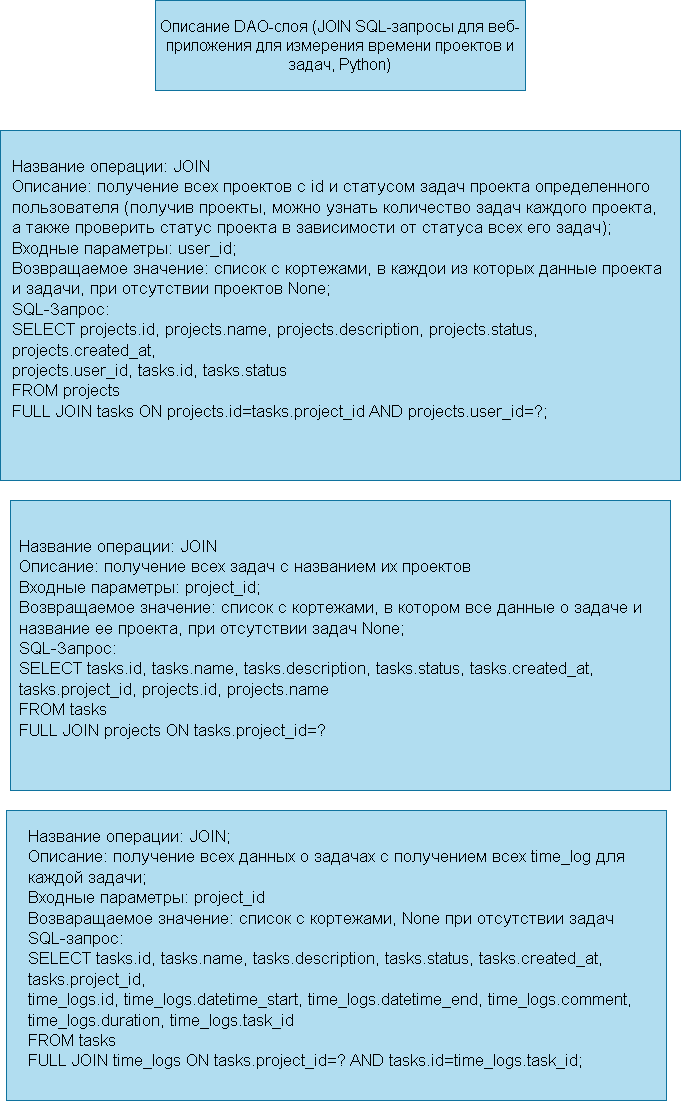
Earlier version of the draw.io export docs/uml/dao1.png (Flski/projects_time). Source tidied: cells renumbered, new cells last; positions are measured from the earlier drawing's top-left corner, leaving out a move shared by most shapes. Its diagram source:
```xml
<mxGraphModel>
  <root>
    <mxCell id="0" />
    <mxCell id="1" parent="0" />
    <mxCell id="2" style="rounded=0;whiteSpace=wrap;html=1;fillColor=#b1ddf0;strokeColor=#10739e;" parent="1" vertex="1">
      <mxGeometry x="6" y="810" width="660" height="290" as="geometry" />
    </mxCell>
    <mxCell id="3" style="rounded=0;whiteSpace=wrap;html=1;fillColor=#b1ddf0;strokeColor=#10739e;" parent="1" vertex="1">
      <mxGeometry x="10" y="500" width="660" height="290" as="geometry" />
    </mxCell>
    <mxCell id="4" style="rounded=0;whiteSpace=wrap;html=1;fillColor=#b1ddf0;strokeColor=#10739e;" parent="1" vertex="1">
      <mxGeometry y="130" width="680" height="350" as="geometry" />
    </mxCell>
    <mxCell id="5" value="Описание DAO-слоя (JOIN SQL-запросы для веб-приложения для измерения времени проектов и задач, Python)" style="text;html=1;whiteSpace=wrap;strokeColor=#10739e;fillColor=#b1ddf0;align=center;verticalAlign=middle;rounded=0;fontSize=16;" parent="1" vertex="1">
      <mxGeometry x="155" width="370" height="90" as="geometry" />
    </mxCell>
    <mxCell id="6" value="&lt;div&gt;Название операции: JOIN&lt;/div&gt;Описание: получение всех проектов с id и статусом задач проекта определенного пользователя (получив проекты, можно узнать количество задач каждого проекта, а также проверить статус проекта в зависимости от статуса всех его задач);&lt;br&gt;Входные параметры: user_id;&lt;br&gt;Возвращаемое значение: список с кортежами, в каждои из которых данные проекта и задачи, при отсутствии проектов None;&lt;br&gt;SQL-Запрос:&lt;br&gt;SELECT projects.id, projects.name, projects.description, projects.status, projects.created_at,&lt;br&gt;projects.user_id, tasks.id, tasks.status&lt;br&gt;FROM projects&lt;br&gt;FULL JOIN tasks ON projects.id=tasks.project_id AND projects.user_id=?;" style="text;whiteSpace=wrap;html=1;fontSize=17;" parent="1" vertex="1">
      <mxGeometry x="10" y="150" width="660" height="300" as="geometry" />
    </mxCell>
    <mxCell id="7" value="Название операции: JOIN&lt;br&gt;Описание: получение всех задач с названием их проектов&lt;br&gt;Входные параметры: project_id;&lt;br&gt;Возвращаемое значение: список с кортежами, в котором все данные о задаче и название ее проекта, при отсутствии задач None;&lt;br&gt;SQL-Запрос:&lt;br&gt;SELECT tasks.id, tasks.name, tasks.description, tasks.status, tasks.created_at, tasks.project_id, projects.id, projects.name&lt;br&gt;FROM tasks&lt;br&gt;FULL JOIN projects ON tasks.project_id=?" style="text;whiteSpace=wrap;html=1;fontSize=17;" parent="1" vertex="1">
      <mxGeometry x="17" y="530" width="646" height="280" as="geometry" />
    </mxCell>
    <mxCell id="8" value="&lt;div&gt;Название операции: JOIN;&lt;/div&gt;&lt;div&gt;Описание: получение всех данных о задачах с получением всех time_log для каждой задачи;&lt;/div&gt;&lt;div&gt;Входные параметры: project_id&lt;/div&gt;&lt;div&gt;Возваращаемое значение: список с кортежами, None при отсутствии задач&lt;/div&gt;&lt;div&gt;SQL-запрос:&lt;/div&gt;SELECT tasks.id, tasks.name, tasks.description, tasks.status, tasks.created_at, tasks.project_id, &lt;br&gt;            time_logs.id, time_logs.datetime_start, time_logs.datetime_end, time_logs.comment, &lt;br&gt;            time_logs.duration, time_logs.task_id &lt;br&gt;            FROM tasks&lt;br&gt;            FULL JOIN time_logs ON tasks.project_id=? AND tasks.id=time_logs.task_id;" style="text;whiteSpace=wrap;html=1;fontSize=17;" parent="1" vertex="1">
      <mxGeometry x="26" y="820" width="620" height="280" as="geometry" />
    </mxCell>
  </root>
</mxGraphModel>
```
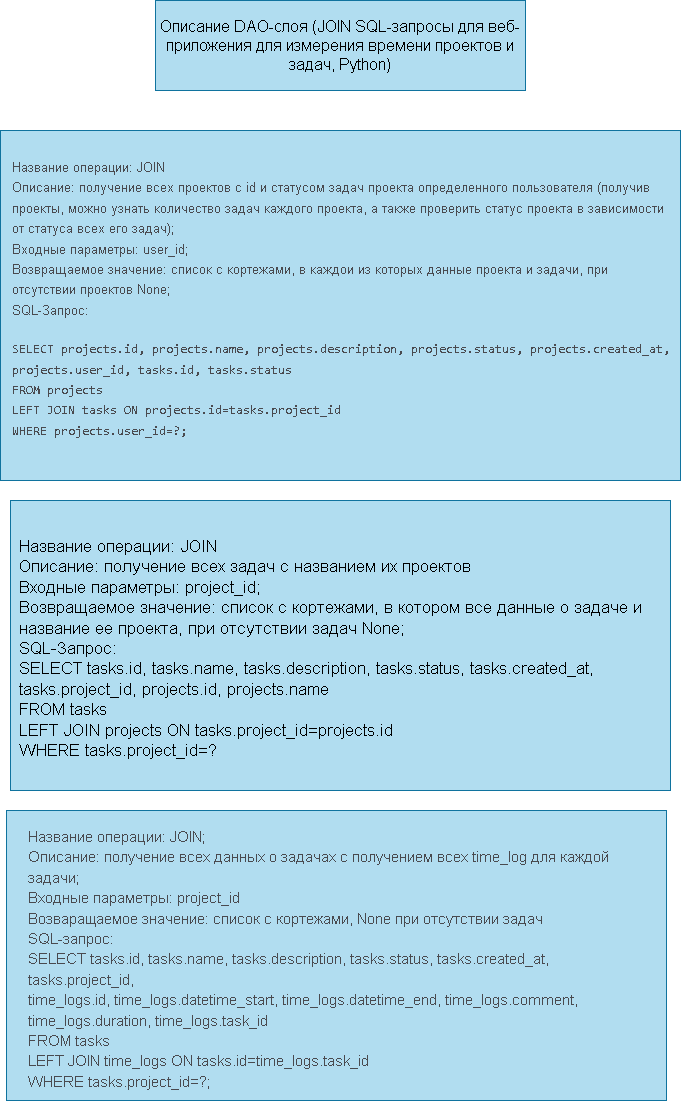
After the change.

Diff of the diagram source:
```diff
@@ -14,14 +14,14 @@
     <mxCell id="5" value="Описание DAO-слоя (JOIN SQL-запросы для веб-приложения для измерения времени проектов и задач, Python)" style="text;html=1;whiteSpace=wrap;strokeColor=#10739e;fillColor=#b1ddf0;align=center;verticalAlign=middle;rounded=0;fontSize=16;" parent="1" vertex="1">
       <mxGeometry x="155" width="370" height="90" as="geometry" />
     </mxCell>
-    <mxCell id="6" value="&lt;div&gt;Название операции: JOIN&lt;/div&gt;Описание: получение всех проектов с id и статусом задач проекта определенного пользователя (получив проекты, можно узнать количество задач каждого проекта, а также проверить статус проекта в зависимости от статуса всех его задач);&lt;br&gt;Входные параметры: user_id;&lt;br&gt;Возвращаемое значение: список с кортежами, в каждои из которых данные проекта и задачи, при отсутствии проектов None;&lt;br&gt;SQL-Запрос:&lt;br&gt;SELECT projects.id, projects.name, projects.description, projects.status, projects.created_at,&lt;br&gt;projects.user_id, tasks.id, tasks.status&lt;br&gt;FROM projects&lt;br&gt;FULL JOIN tasks ON projects.id=tasks.project_id AND projects.user_id=?;" style="text;whiteSpace=wrap;html=1;fontSize=17;" parent="1" vertex="1">
-      <mxGeometry x="10" y="150" width="660" height="300" as="geometry" />
-    </mxCell>
-    <mxCell id="7" value="Название операции: JOIN&lt;br&gt;Описание: получение всех задач с названием их проектов&lt;br&gt;Входные параметры: project_id;&lt;br&gt;Возвращаемое значение: список с кортежами, в котором все данные о задаче и название ее проекта, при отсутствии задач None;&lt;br&gt;SQL-Запрос:&lt;br&gt;SELECT tasks.id, tasks.name, tasks.description, tasks.status, tasks.created_at, tasks.project_id, projects.id, projects.name&lt;br&gt;FROM tasks&lt;br&gt;FULL JOIN projects ON tasks.project_id=?" style="text;whiteSpace=wrap;html=1;fontSize=17;" parent="1" vertex="1">
-      <mxGeometry x="17" y="530" width="646" height="280" as="geometry" />
-    </mxCell>
-    <mxCell id="8" value="&lt;div&gt;Название операции: JOIN;&lt;/div&gt;&lt;div&gt;Описание: получение всех данных о задачах с получением всех time_log для каждой задачи;&lt;/div&gt;&lt;div&gt;Входные параметры: project_id&lt;/div&gt;&lt;div&gt;Возваращаемое значение: список с кортежами, None при отсутствии задач&lt;/div&gt;&lt;div&gt;SQL-запрос:&lt;/div&gt;SELECT tasks.id, tasks.name, tasks.description, tasks.status, tasks.created_at, tasks.project_id, &lt;br&gt;            time_logs.id, time_logs.datetime_start, time_logs.datetime_end, time_logs.comment, &lt;br&gt;            time_logs.duration, time_logs.task_id &lt;br&gt;            FROM tasks&lt;br&gt;            FULL JOIN time_logs ON tasks.project_id=? AND tasks.id=time_logs.task_id;" style="text;whiteSpace=wrap;html=1;fontSize=17;" parent="1" vertex="1">
-      <mxGeometry x="26" y="820" width="620" height="280" as="geometry" />
-    </mxCell>
+    <mxCell id="9" value="&lt;div&gt;&lt;span style=&quot;color: light-dark(rgb(73, 74, 79), rgb(255, 255, 255));&quot;&gt;&lt;font style=&quot;font-size: 13px;&quot;&gt;Название операции: JOIN&lt;/font&gt;&lt;/span&gt;&lt;/div&gt;&lt;span style=&quot;color: light-dark(rgb(73, 74, 79), rgb(255, 255, 255));&quot;&gt;&lt;font style=&quot;font-size: 13px;&quot;&gt;Описание: получение всех проектов с id и статусом задач проекта определенного пользователя (получив проекты, можно узнать количество задач каждого проекта, а также проверить статус проекта в зависимости от статуса всех его задач);&lt;br&gt;Входные параметры: user_id;&lt;br&gt;Возвращаемое значение: список с кортежами, в каждои из которых данные проекта и задачи, при отсутствии проектов None;&lt;br&gt;SQL-Запрос:&lt;br&gt;&lt;/font&gt;&lt;/span&gt;&lt;pre style=&quot;font-family: &amp;quot;JetBrains Mono&amp;quot;, monospace;&quot;&gt;&lt;span style=&quot;color: light-dark(rgb(73, 74, 79), rgb(255, 255, 255));&quot;&gt;&lt;font style=&quot;font-size: 13px;&quot;&gt;SELECT projects.id, projects.name, projects.description, projects.status, projects.created_at,&lt;br&gt;projects.user_id, tasks.id, tasks.status&lt;br&gt;FROM projects&lt;br&gt;LEFT JOIN tasks ON projects.id=tasks.project_id&lt;br&gt;WHERE projects.user_id=?;      &lt;/font&gt;&lt;/span&gt;&lt;/pre&gt;" style="text;whiteSpace=wrap;html=1;fontSize=17;" parent="1" vertex="1">
+      <mxGeometry x="10" y="150" width="660" height="300" as="geometry" />
+    </mxCell>
+    <mxCell id="10" value="&lt;font&gt;Название операции: JOIN&lt;br&gt;Описание: получение всех задач с названием их проектов&lt;br&gt;Входные параметры: project_id;&lt;br&gt;Возвращаемое значение: список с кортежами, в котором все данные о задаче и название ее проекта, при отсутствии задач None;&lt;br&gt;SQL-Запрос:&lt;/font&gt;&lt;div&gt;&lt;font&gt;SELECT tasks.id, tasks.name, tasks.description, tasks.status, tasks.created_at, tasks.project_id, projects.id, projects.name&lt;br style=&quot;&quot;&gt;FROM tasks&lt;br style=&quot;&quot;&gt;LEFT JOIN projects ON tasks.project_id=projects.id&lt;br style=&quot;&quot;&gt;WHERE tasks.project_id=?&lt;br&gt;&lt;/font&gt;&lt;div&gt;&lt;br&gt;&lt;/div&gt;&lt;/div&gt;" style="text;whiteSpace=wrap;html=1;fontSize=17;" parent="1" vertex="1">
+      <mxGeometry x="17" y="530" width="646" height="280" as="geometry" />
+    </mxCell>
+    <mxCell id="11" value="&lt;div&gt;&lt;span style=&quot;color: light-dark(rgb(73, 74, 79), rgb(255, 255, 255));&quot;&gt;&lt;font style=&quot;font-size: 15px;&quot;&gt;Название операции: JOIN;&lt;/font&gt;&lt;/span&gt;&lt;/div&gt;&lt;div&gt;&lt;span style=&quot;color: light-dark(rgb(73, 74, 79), rgb(255, 255, 255));&quot;&gt;&lt;font style=&quot;font-size: 15px;&quot;&gt;Описание: получение всех данных о задачах с получением всех time_log для каждой задачи;&lt;/font&gt;&lt;/span&gt;&lt;/div&gt;&lt;div&gt;&lt;span style=&quot;color: light-dark(rgb(73, 74, 79), rgb(255, 255, 255));&quot;&gt;&lt;font style=&quot;font-size: 15px;&quot;&gt;Входные параметры: project_id&lt;/font&gt;&lt;/span&gt;&lt;/div&gt;&lt;div&gt;&lt;span style=&quot;color: light-dark(rgb(73, 74, 79), rgb(255, 255, 255));&quot;&gt;&lt;font style=&quot;font-size: 15px;&quot;&gt;Возваращаемое значение: список с кортежами, None при отсутствии задач&lt;/font&gt;&lt;/span&gt;&lt;/div&gt;&lt;div&gt;&lt;span style=&quot;color: light-dark(rgb(73, 74, 79), rgb(255, 255, 255));&quot;&gt;&lt;font style=&quot;font-size: 15px;&quot;&gt;SQL-запрос:&lt;/font&gt;&lt;/span&gt;&lt;/div&gt;&lt;span style=&quot;color: light-dark(rgb(73, 74, 79), rgb(255, 255, 255));&quot;&gt;&lt;font style=&quot;font-size: 15px;&quot;&gt;SELECT tasks.id, tasks.name, tasks.description, tasks.status, tasks.created_at, tasks.project_id,&lt;br style=&quot;&quot;&gt;time_logs.id, time_logs.datetime_start, time_logs.datetime_end, time_logs.comment,&lt;br style=&quot;&quot;&gt;time_logs.duration, time_logs.task_id&lt;br style=&quot;&quot;&gt;FROM tasks&lt;br style=&quot;&quot;&gt;LEFT JOIN time_logs ON tasks.id=time_logs.task_id&lt;br style=&quot;&quot;&gt;WHERE tasks.project_id=?;&lt;/font&gt;&lt;/span&gt;" style="text;whiteSpace=wrap;html=1;fontSize=17;" parent="1" vertex="1">
+      <mxGeometry x="26" y="820" width="620" height="280" as="geometry" />
+    </mxCell>
   </root>
 </mxGraphModel>
```
